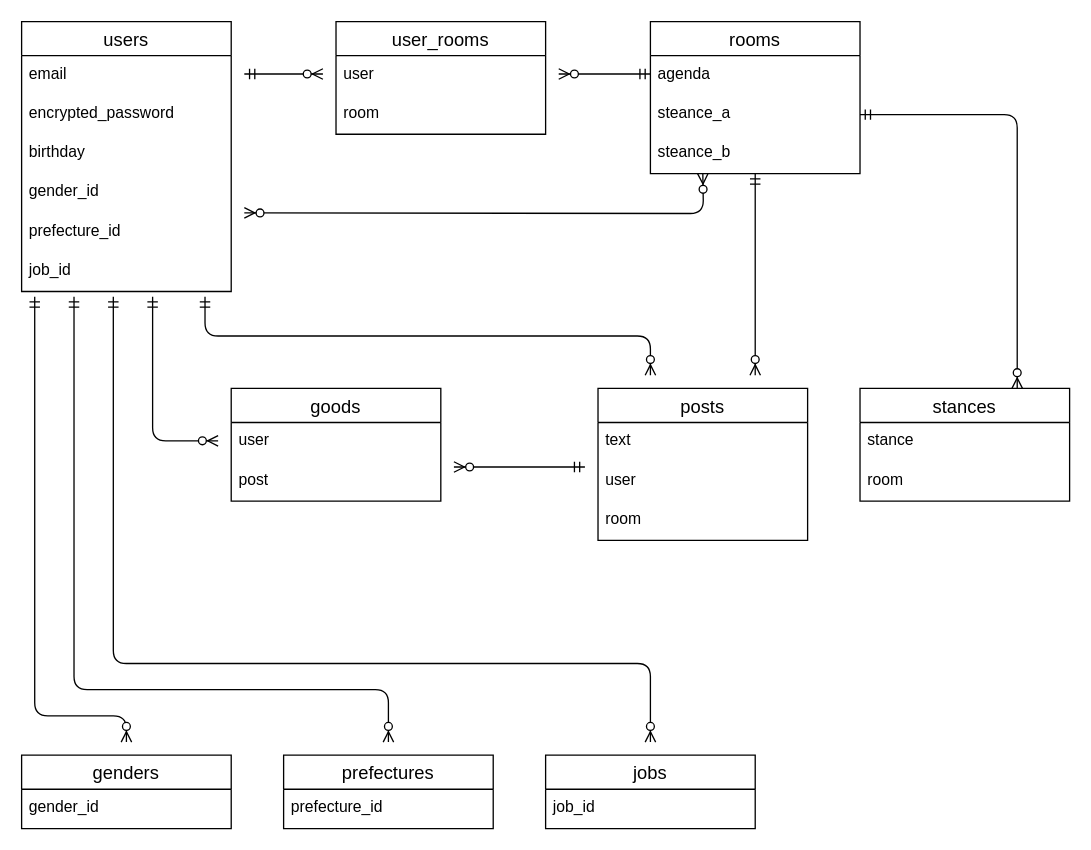
This is bin/ER.dio from massan7251/breakpoint_app, a draw.io file, before an edit. Source tidied: cells renumbered, new cells numbered last; positions are measured from the earlier drawing's top-left corner, leaving out a move shared by most shapes. Both pictures are drawn from the tidied source at 131%, with x=0, y=0 at pixel (21, 21).
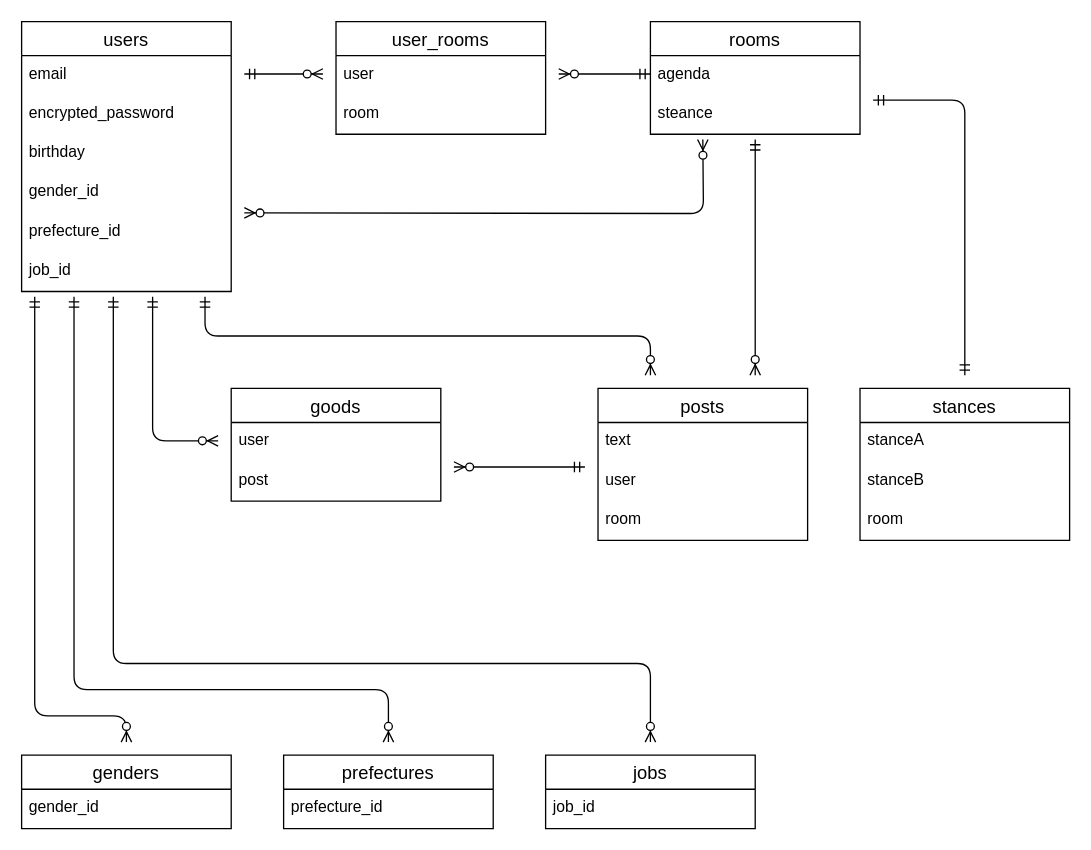
The same page after the edit.

Change to the diagram source:
```diff
@@
     <mxCell id="9" value="stances" style="swimlane;fontStyle=0;horizontal=1;startSize=26;align=center;fontSize=14;" parent="1" vertex="1">
-      <mxGeometry x="640" y="280" width="160" height="86" as="geometry" />
+      <mxGeometry x="640" y="280" width="160" height="116" as="geometry" />
     </mxCell>
-    <mxCell id="10" value="stance" style="text;strokeColor=none;fillColor=none;spacingLeft=4;spacingRight=4;overflow=hidden;fontSize=12;" parent="9" vertex="1">
+    <mxCell id="10" value="stanceA" style="text;strokeColor=none;fillColor=none;spacingLeft=4;spacingRight=4;overflow=hidden;fontSize=12;" parent="9" vertex="1">
       <mxGeometry y="26" width="160" height="30" as="geometry" />
     </mxCell>
+    <mxCell id="43" value="stanceB" style="text;strokeColor=none;fillColor=none;spacingLeft=4;spacingRight=4;overflow=hidden;fontSize=12;" parent="9" vertex="1">
+      <mxGeometry y="56" width="160" height="30" as="geometry" />
+    </mxCell>
     <mxCell id="11" value="room" style="text;strokeColor=none;fillColor=none;spacingLeft=4;spacingRight=4;overflow=hidden;fontSize=12;" parent="9" vertex="1">
-      <mxGeometry y="56" width="160" height="30" as="geometry" />
+      <mxGeometry y="86" width="160" height="30" as="geometry" />
     </mxCell>
@@
     <mxCell id="16" value="rooms" style="swimlane;fontStyle=0;horizontal=1;startSize=26;align=center;fontSize=14;" parent="1" vertex="1">
-      <mxGeometry x="480" width="160" height="116" as="geometry" />
+      <mxGeometry x="480" width="160" height="86" as="geometry" />
     </mxCell>
@@
-    <mxCell id="18" value="steance_a" style="text;strokeColor=none;fillColor=none;spacingLeft=4;spacingRight=4;overflow=hidden;points=[[0,0.5],[1,0.5]];portConstraint=eastwest;fontSize=12;" parent="16" vertex="1">
+    <mxCell id="18" value="steance" style="text;strokeColor=none;fillColor=none;spacingLeft=4;spacingRight=4;overflow=hidden;points=[[0,0.5],[1,0.5]];portConstraint=eastwest;fontSize=12;" parent="16" vertex="1">
       <mxGeometry y="56" width="160" height="30" as="geometry" />
     </mxCell>
-    <mxCell id="19" value="steance_b" style="text;strokeColor=none;fillColor=none;spacingLeft=4;spacingRight=4;overflow=hidden;fontSize=12;" parent="16" vertex="1">
-      <mxGeometry y="86" width="160" height="30" as="geometry" />
-    </mxCell>
@@
     <mxCell id="24" style="edgeStyle=orthogonalEdgeStyle;fontSize=12;html=1;endArrow=ERzeroToMany;endFill=1;startArrow=ERzeroToMany;" parent="1" edge="1">
       <mxGeometry relative="1" as="geometry">
         <mxPoint x="170" y="146" as="sourcePoint" />
-        <mxPoint x="520" y="116" as="targetPoint" />
+        <mxPoint x="520" y="90" as="targetPoint" />
       </mxGeometry>
     </mxCell>
@@
-    <mxCell id="36" style="fontSize=12;html=1;endArrow=ERzeroToMany;startArrow=ERmandOne;exitX=1;exitY=0.5;exitDx=0;exitDy=0;entryX=0.75;entryY=0;entryDx=0;entryDy=0;edgeStyle=orthogonalEdgeStyle;" parent="1" edge="1" source="18" target="9">
-      <mxGeometry relative="1" as="geometry" />
-    </mxCell>
     <mxCell id="37" style="edgeStyle=orthogonalEdgeStyle;fontSize=12;html=1;endArrow=ERzeroToMany;startArrow=ERmandOne;" parent="1" edge="1">
       <mxGeometry relative="1" as="geometry">
-        <mxPoint x="560" y="116" as="sourcePoint" />
+        <mxPoint x="560" y="90" as="sourcePoint" />
         <mxPoint x="560" y="270" as="targetPoint" />
       </mxGeometry>
     </mxCell>
@@
+    <mxCell id="44" style="edgeStyle=orthogonalEdgeStyle;fontSize=12;html=1;endArrow=ERmandOne;startArrow=ERmandOne;" parent="1" edge="1">
+      <mxGeometry relative="1" as="geometry">
+        <mxPoint x="720" y="270" as="sourcePoint" />
+        <mxPoint x="650" y="60" as="targetPoint" />
+        <Array as="points">
+          <mxPoint x="720" y="60" />
+        </Array>
+      </mxGeometry>
+    </mxCell>
```
